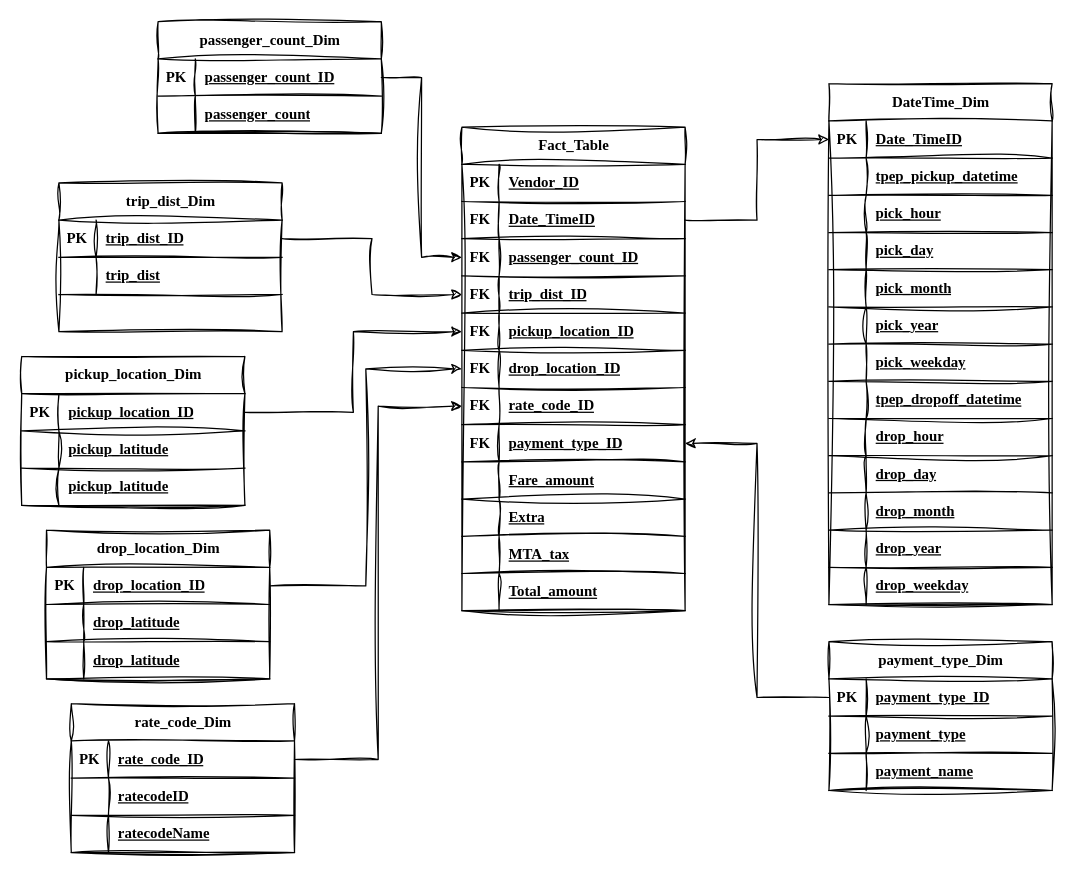
Before: Data_Modelling.drawio in SiddharthChavan23/Uber_ETL_Pipeline_DataEngg, a draw.io diagram. Source tidied: cells renumbered, new cells numbered last; positions are measured from the earlier drawing's top-left corner, leaving out a move shared by most shapes. Both pictures are drawn from the tidied source at 124%, with x=0, y=0 at pixel (21, 21).
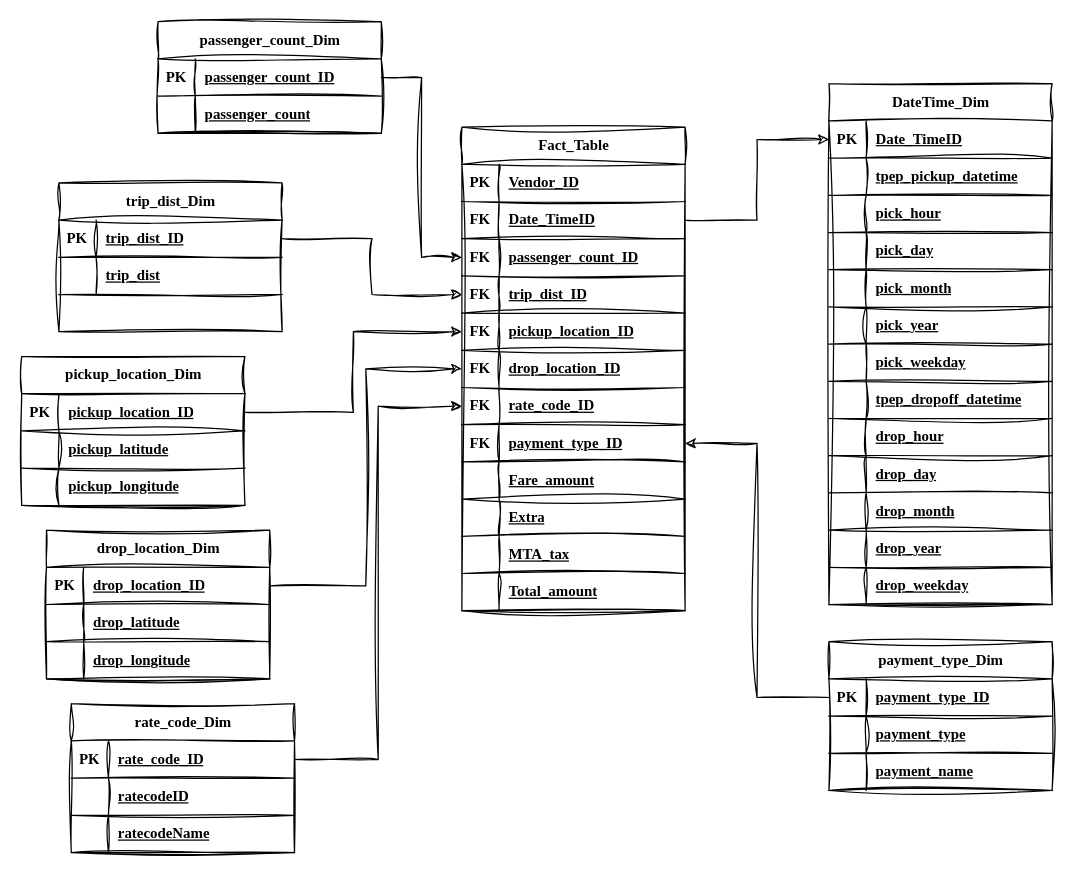
After the change.

The change refers to these unchanged cells:
```xml
<mxCell id="102" style="shape=tableRow;horizontal=0;startSize=0;swimlaneHead=0;swimlaneBody=0;fillColor=none;top=0;left=0;right=0;bottom=1;shadow=0;labelBorderColor=none;labelBackgroundColor=none;fontFamily=Times New Roman;sketch=1;curveFitting=1;jiggle=2;swimlaneLine=1;" parent="95" vertex="1">
  <mxGeometry y="90" width="180" height="30" as="geometry" />
</mxCell>
<mxCell id="112" style="shape=tableRow;horizontal=0;startSize=0;swimlaneHead=0;swimlaneBody=0;fillColor=none;top=0;left=0;right=0;bottom=1;shadow=0;labelBorderColor=none;labelBackgroundColor=none;fontFamily=Times New Roman;sketch=1;curveFitting=1;jiggle=2;swimlaneLine=1;" parent="105" vertex="1">
  <mxGeometry y="90" width="180" height="30" as="geometry" />
</mxCell>
```

The edit, as a diff of the source:
```diff
@@
-    <mxCell id="104" value="pickup_latitude" style="shape=partialRectangle;fillColor=none;top=0;left=0;bottom=0;right=0;align=left;spacingLeft=6;fontStyle=5;overflow=hidden;whiteSpace=wrap;html=1;shadow=0;labelBorderColor=none;labelBackgroundColor=none;fontFamily=Times New Roman;sketch=1;curveFitting=1;jiggle=2;swimlaneLine=1;" parent="102" vertex="1">
+    <mxCell id="104" value="pickup_longitude" style="shape=partialRectangle;fillColor=none;top=0;left=0;bottom=0;right=0;align=left;spacingLeft=6;fontStyle=5;overflow=hidden;whiteSpace=wrap;html=1;shadow=0;labelBorderColor=none;labelBackgroundColor=none;fontFamily=Times New Roman;sketch=1;curveFitting=1;jiggle=2;swimlaneLine=1;" parent="102" vertex="1">
       <mxGeometry x="30" width="150" height="30" as="geometry" />
     </mxCell>
@@
-    <mxCell id="114" value="drop_latitude" style="shape=partialRectangle;fillColor=none;top=0;left=0;bottom=0;right=0;align=left;spacingLeft=6;fontStyle=5;overflow=hidden;whiteSpace=wrap;html=1;shadow=0;labelBorderColor=none;labelBackgroundColor=none;fontFamily=Times New Roman;sketch=1;curveFitting=1;jiggle=2;swimlaneLine=1;" parent="112" vertex="1">
+    <mxCell id="114" value="drop_longitude" style="shape=partialRectangle;fillColor=none;top=0;left=0;bottom=0;right=0;align=left;spacingLeft=6;fontStyle=5;overflow=hidden;whiteSpace=wrap;html=1;shadow=0;labelBorderColor=none;labelBackgroundColor=none;fontFamily=Times New Roman;sketch=1;curveFitting=1;jiggle=2;swimlaneLine=1;" parent="112" vertex="1">
       <mxGeometry x="30" width="150" height="30" as="geometry" />
     </mxCell>
```
